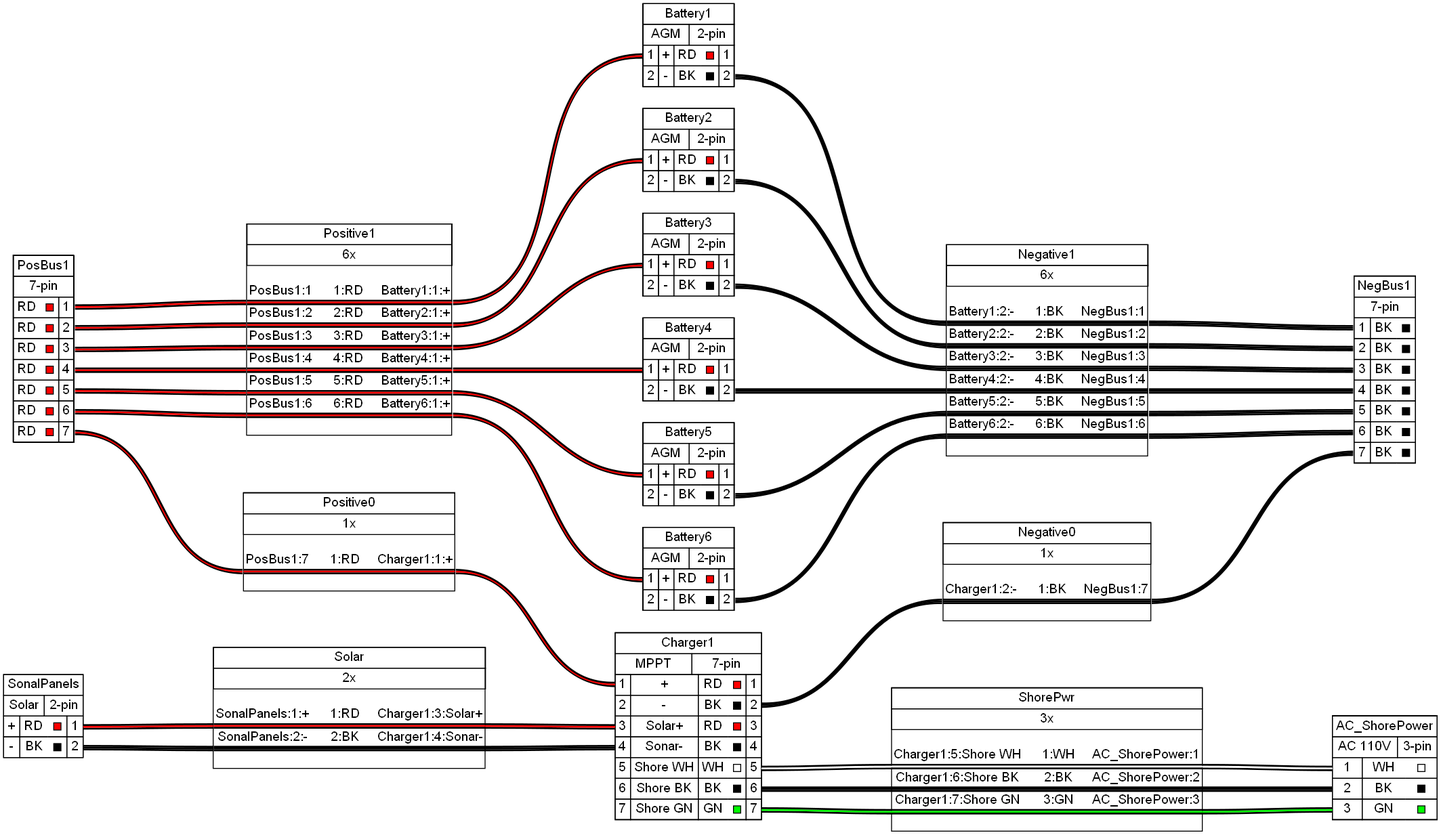
This is battery/battery-bank.png from bareboat-necessities/wireviz-4-boats, a Graphviz export, as it was before one commit. Its source is kept beside it as battery/battery-bank.gv.
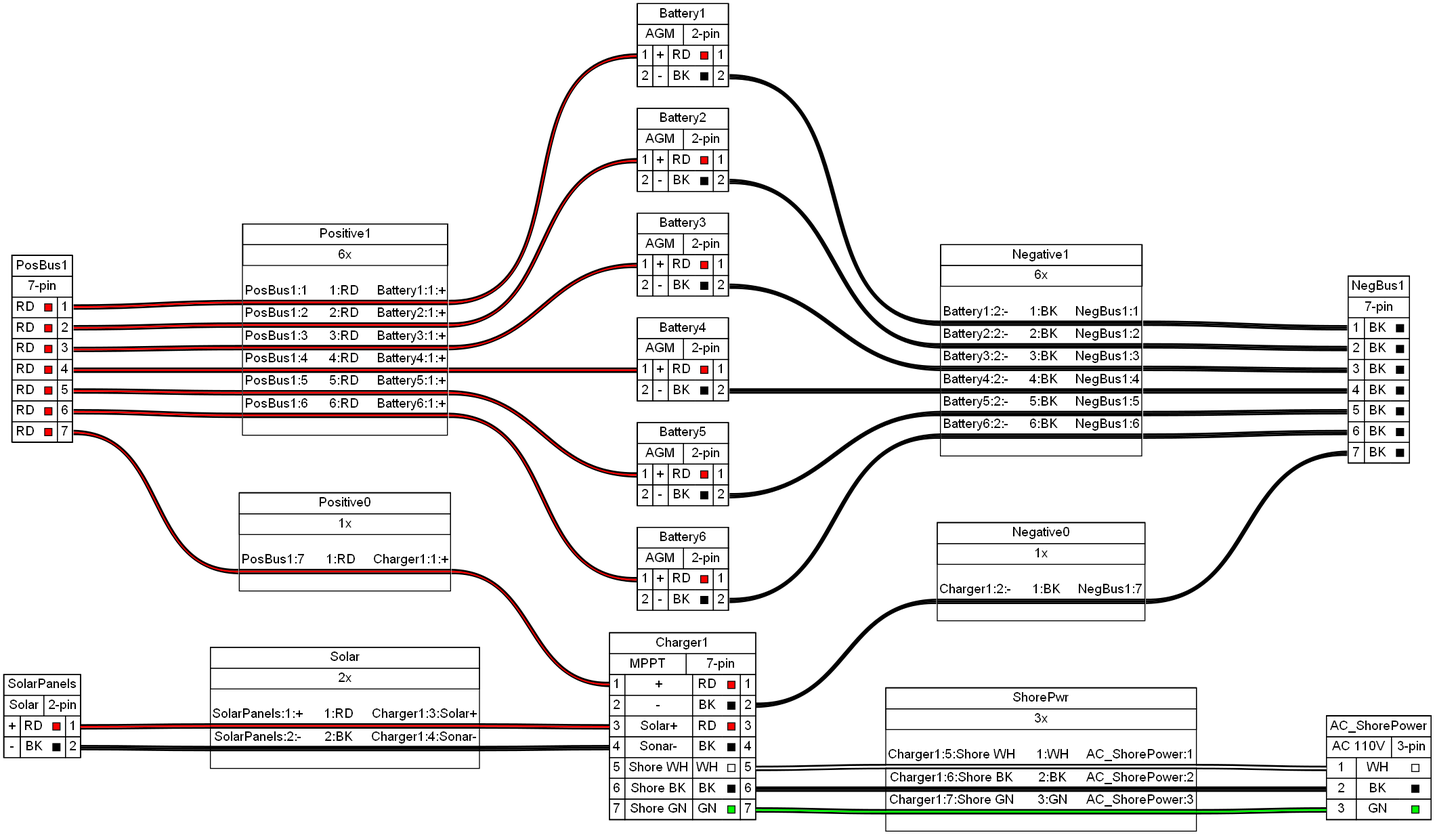
After the commit.

Diff of the diagram source:
```diff
@@ -506,11 +506,11 @@
  </td></tr>
 </table>
 > fillcolor="#FFFFFF" shape=box style=filled]
-	SonalPanels [label=<
-<table border="0" cellspacing="0" cellpadding="0">
- <tr><td>
-  <table border="0" cellspacing="0" cellpadding="3" cellborder="1"><tr>
-   <td balign="left">SonalPanels</td>
+	SolarPanels [label=<
+<table border="0" cellspacing="0" cellpadding="0">
+ <tr><td>
+  <table border="0" cellspacing="0" cellpadding="3" cellborder="1"><tr>
+   <td balign="left">SolarPanels</td>
   </tr></table>
  </td></tr>
  <tr><td>
@@ -938,10 +938,10 @@
 </table>
 > fillcolor="#FFFFFF" shape=box style=filled]
 	edge [color="#000000:#ff0000:#000000"]
-	SonalPanels:p1r:e -- Solar:w1:w
+	SolarPanels:p1r:e -- Solar:w1:w
 	Solar:w1:e -- Charger1:p3l:w
 	edge [color="#000000:#000000:#000000"]
-	SonalPanels:p2r:e -- Solar:w2:w
+	SolarPanels:p2r:e -- Solar:w2:w
 	Solar:w2:e -- Charger1:p4l:w
 	Solar [label=<
 <table border="0" cellspacing="0" cellpadding="0">
@@ -959,7 +959,7 @@
   <table border="0" cellspacing="0" cellborder="0">
    <tr><td>&nbsp;</td></tr>
    <tr>
-    <td>SonalPanels:1:+</td>
+    <td>SolarPanels:1:+</td>
     <td>
      1:RD
     </td>
@@ -975,7 +975,7 @@
     </td>
    </tr>
    <tr>
-    <td>SonalPanels:2:-</td>
+    <td>SolarPanels:2:-</td>
     <td>
      2:BK
     </td>
```
